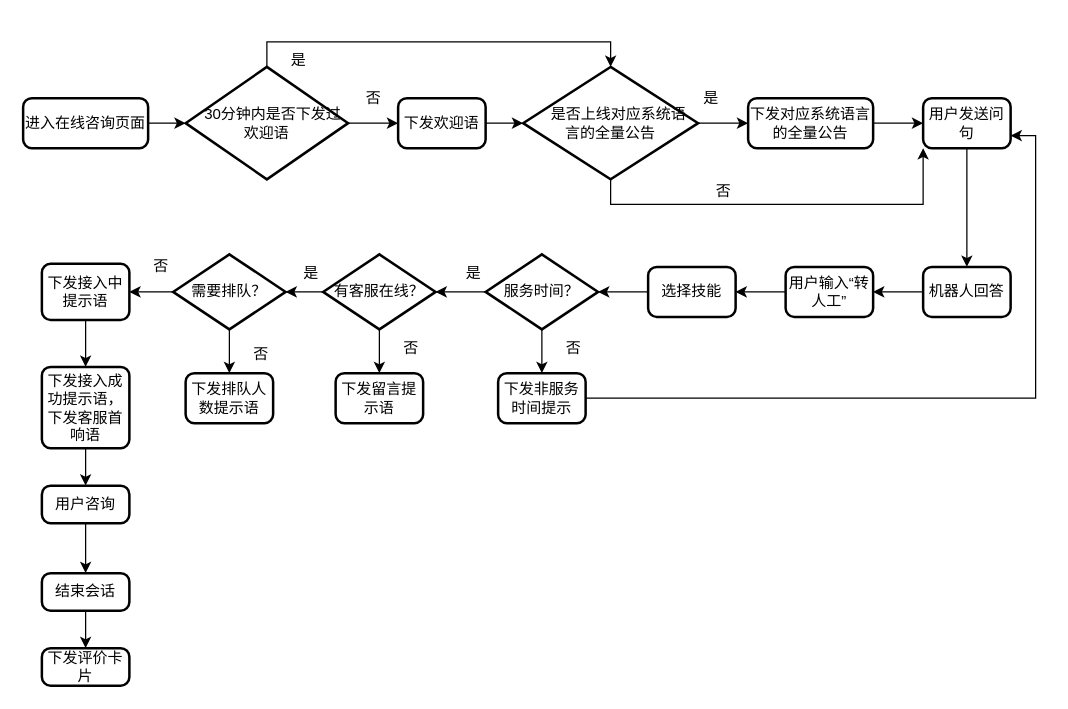
Above: 在线咨询.drawio in jokerbay/images (draw.io), before the change. Source tidied: cells renumbered, new cells numbered last; positions are measured from the earlier drawing's top-left corner, leaving out a move shared by most shapes. Both pictures are drawn from the tidied source at 125%, with x=0, y=0 at pixel (22, 41).
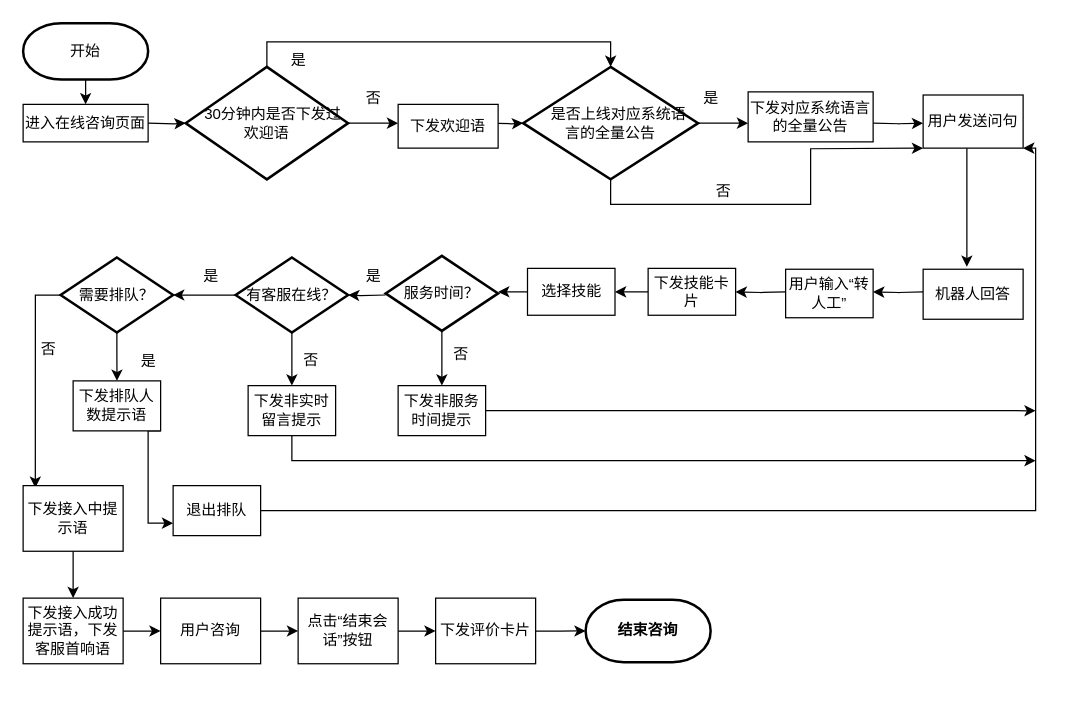
Above is the later version.

Commit message:
更新在线咨询.drawio

The change refers to these unchanged cells:
```xml
<mxCell id="8" value="&amp;nbsp; &amp;nbsp;30分钟内是否下发过欢迎语" style="strokeWidth=2;html=1;shape=mxgraph.flowchart.decision;whiteSpace=wrap;" parent="1" vertex="1">
  <mxGeometry x="130" y="20" width="130" height="90" as="geometry" />
</mxCell>
<mxCell id="11" value="&amp;nbsp; &amp;nbsp; 是否上线对应系统语&lt;br&gt;言的全量公告" style="strokeWidth=2;html=1;shape=mxgraph.flowchart.decision;whiteSpace=wrap;" parent="1" vertex="1">
  <mxGeometry x="400" y="20" width="140" height="90" as="geometry" />
</mxCell>
```

Change to the diagram source:
```diff
@@
-    <mxCell id="2" style="edgeStyle=orthogonalEdgeStyle;rounded=0;jettySize=auto;html=1;" parent="1" edge="1" source="3" target="8">
-      <mxGeometry relative="1" as="geometry" />
+    <mxCell id="2" style="edgeStyle=orthogonalEdgeStyle;rounded=0;jettySize=auto;html=1;" parent="1" edge="1" target="8">
+      <mxGeometry relative="1" as="geometry">
+        <mxPoint x="100" y="65" as="sourcePoint" />
+      </mxGeometry>
     </mxCell>
-    <mxCell id="3" value="进入在线咨询页面" style="rounded=1;whiteSpace=wrap;html=1;absoluteArcSize=1;arcSize=14;strokeWidth=2;" parent="1" vertex="1">
-      <mxGeometry y="45" width="100" height="40" as="geometry" />
-    </mxCell>
-    <mxCell id="4" style="edgeStyle=orthogonalEdgeStyle;rounded=0;jettySize=auto;html=1;" parent="1" edge="1" source="5" target="11">
-      <mxGeometry relative="1" as="geometry" />
+    <mxCell id="4" style="edgeStyle=orthogonalEdgeStyle;rounded=0;jettySize=auto;html=1;" parent="1" edge="1" target="11">
+      <mxGeometry relative="1" as="geometry">
+        <mxPoint x="370" y="65" as="sourcePoint" />
+      </mxGeometry>
     </mxCell>
-    <mxCell id="5" value="下发欢迎语" style="rounded=1;whiteSpace=wrap;html=1;absoluteArcSize=1;arcSize=14;strokeWidth=2;" parent="1" vertex="1">
-      <mxGeometry x="300" y="45" width="70" height="40" as="geometry" />
-    </mxCell>
-    <mxCell id="6" style="edgeStyle=orthogonalEdgeStyle;rounded=0;jettySize=auto;html=1;" parent="1" edge="1" source="8" target="5">
-      <mxGeometry relative="1" as="geometry" />
+    <mxCell id="6" style="edgeStyle=orthogonalEdgeStyle;rounded=0;jettySize=auto;html=1;" parent="1" edge="1" source="8">
+      <mxGeometry relative="1" as="geometry">
+        <mxPoint x="300" y="65" as="targetPoint" />
+      </mxGeometry>
     </mxCell>
@@
-    <mxCell id="9" style="edgeStyle=orthogonalEdgeStyle;rounded=0;jettySize=auto;html=1;" parent="1" edge="1" source="11" target="13">
-      <mxGeometry relative="1" as="geometry" />
+    <mxCell id="9" style="edgeStyle=orthogonalEdgeStyle;rounded=0;jettySize=auto;html=1;" parent="1" edge="1" source="11">
+      <mxGeometry relative="1" as="geometry">
+        <mxPoint x="580" y="65" as="targetPoint" />
+      </mxGeometry>
     </mxCell>
-    <mxCell id="10" style="edgeStyle=orthogonalEdgeStyle;rounded=0;jettySize=auto;html=1;exitX=0.5;exitY=1;exitDx=0;exitDy=0;exitPerimeter=0;entryX=0;entryY=1;entryDx=0;entryDy=0;" parent="1" edge="1" source="11" target="15">
-      <mxGeometry relative="1" as="geometry" />
+    <mxCell id="10" style="edgeStyle=orthogonalEdgeStyle;rounded=0;jettySize=auto;html=1;exitX=0.5;exitY=1;exitDx=0;exitDy=0;exitPerimeter=0;entryX=0;entryY=1;entryDx=0;entryDy=0;" parent="1" edge="1" source="11">
+      <mxGeometry relative="1" as="geometry">
+        <mxPoint x="720" y="85" as="targetPoint" />
+      </mxGeometry>
     </mxCell>
@@
-    <mxCell id="12" style="edgeStyle=orthogonalEdgeStyle;rounded=0;jettySize=auto;html=1;" parent="1" edge="1" source="13" target="15">
-      <mxGeometry relative="1" as="geometry" />
+    <mxCell id="12" style="edgeStyle=orthogonalEdgeStyle;rounded=0;orthogonalLoop=1;jettySize=auto;html=1;" parent="1" edge="1">
+      <mxGeometry relative="1" as="geometry">
+        <mxPoint x="680" y="65" as="sourcePoint" />
+        <mxPoint x="720" y="65" as="targetPoint" />
+      </mxGeometry>
     </mxCell>
-    <mxCell id="13" value="下发对应系统语言的全量公告" style="rounded=1;whiteSpace=wrap;html=1;absoluteArcSize=1;arcSize=14;strokeWidth=2;" parent="1" vertex="1">
-      <mxGeometry x="580" y="45" width="100" height="40" as="geometry" />
-    </mxCell>
-    <mxCell id="14" style="edgeStyle=orthogonalEdgeStyle;rounded=0;jettySize=auto;html=1;" parent="1" edge="1" source="15" target="17">
-      <mxGeometry relative="1" as="geometry" />
+    <mxCell id="14" style="edgeStyle=orthogonalEdgeStyle;rounded=0;orthogonalLoop=1;jettySize=auto;html=1;" parent="1" edge="1">
+      <mxGeometry relative="1" as="geometry">
+        <mxPoint x="755" y="85" as="sourcePoint" />
+        <mxPoint x="755" y="180" as="targetPoint" />
+      </mxGeometry>
     </mxCell>
-    <mxCell id="15" value="用户发送问句" style="rounded=1;whiteSpace=wrap;html=1;absoluteArcSize=1;arcSize=14;strokeWidth=2;" parent="1" vertex="1">
-      <mxGeometry x="720" y="45" width="70" height="40" as="geometry" />
-    </mxCell>
-    <mxCell id="16" style="edgeStyle=orthogonalEdgeStyle;rounded=0;jettySize=auto;html=1;" parent="1" edge="1" source="17" target="19">
-      <mxGeometry relative="1" as="geometry" />
+    <mxCell id="16" style="edgeStyle=orthogonalEdgeStyle;rounded=0;orthogonalLoop=1;jettySize=auto;html=1;" parent="1" edge="1">
+      <mxGeometry relative="1" as="geometry">
+        <mxPoint x="720" y="200" as="sourcePoint" />
+        <mxPoint x="680" y="200" as="targetPoint" />
+      </mxGeometry>
     </mxCell>
-    <mxCell id="17" value="机器人回答" style="rounded=1;whiteSpace=wrap;html=1;absoluteArcSize=1;arcSize=14;strokeWidth=2;" parent="1" vertex="1">
-      <mxGeometry x="720" y="180" width="70" height="40" as="geometry" />
-    </mxCell>
-    <mxCell id="18" style="edgeStyle=orthogonalEdgeStyle;rounded=0;jettySize=auto;html=1;" parent="1" edge="1" source="19" target="21">
-      <mxGeometry relative="1" as="geometry" />
+    <mxCell id="18" style="edgeStyle=orthogonalEdgeStyle;rounded=0;orthogonalLoop=1;jettySize=auto;html=1;" parent="1" edge="1">
+      <mxGeometry relative="1" as="geometry">
+        <mxPoint x="610" y="200" as="sourcePoint" />
+        <mxPoint x="570" y="200" as="targetPoint" />
+      </mxGeometry>
     </mxCell>
-    <mxCell id="19" value="用户输入“转人工”" style="rounded=1;whiteSpace=wrap;html=1;absoluteArcSize=1;arcSize=14;strokeWidth=2;" parent="1" vertex="1">
-      <mxGeometry x="610" y="180" width="70" height="40" as="geometry" />
-    </mxCell>
-    <mxCell id="20" style="edgeStyle=orthogonalEdgeStyle;rounded=0;jettySize=auto;html=1;" parent="1" edge="1" source="21" target="24">
-      <mxGeometry relative="1" as="geometry" />
-    </mxCell>
-    <mxCell id="21" value="选择技能" style="rounded=1;whiteSpace=wrap;html=1;absoluteArcSize=1;arcSize=14;strokeWidth=2;" parent="1" vertex="1">
-      <mxGeometry x="500" y="180" width="70" height="40" as="geometry" />
-    </mxCell>
-    <mxCell id="22" style="edgeStyle=orthogonalEdgeStyle;rounded=0;jettySize=auto;html=1;" parent="1" edge="1" source="24" target="27">
-      <mxGeometry relative="1" as="geometry" />
+    <mxCell id="22" style="edgeStyle=orthogonalEdgeStyle;rounded=0;jettySize=auto;html=1;" parent="1" edge="1" target="27">
+      <mxGeometry relative="1" as="geometry">
+        <mxPoint x="290" y="202.5" as="sourcePoint" />
+      </mxGeometry>
     </mxCell>
-    <mxCell id="23" style="edgeStyle=orthogonalEdgeStyle;rounded=0;jettySize=auto;html=1;" parent="1" edge="1" source="24" target="48">
+    <mxCell id="23" style="edgeStyle=orthogonalEdgeStyle;rounded=0;jettySize=auto;html=1;exitX=0.5;exitY=1;exitDx=0;exitDy=0;exitPerimeter=0;" parent="1" edge="1" source="24" target="48">
       <mxGeometry relative="1" as="geometry" />
     </mxCell>
     <mxCell id="24" value="服务时间？" style="strokeWidth=2;html=1;shape=mxgraph.flowchart.decision;whiteSpace=wrap;" parent="1" vertex="1">
-      <mxGeometry x="370" y="170" width="90" height="60" as="geometry" />
+      <mxGeometry x="290" y="171.2" width="90" height="60" as="geometry" />
     </mxCell>
-    <mxCell id="25" style="edgeStyle=orthogonalEdgeStyle;rounded=0;jettySize=auto;html=1;" parent="1" edge="1" source="27" target="28">
-      <mxGeometry relative="1" as="geometry" />
-    </mxCell>
@@
+    <mxCell id="54" style="edgeStyle=orthogonalEdgeStyle;rounded=0;jettySize=auto;html=1;" parent="1" edge="1" source="27" target="60">
+      <mxGeometry relative="1" as="geometry" />
+    </mxCell>
     <mxCell id="27" value="有客服在线？" style="strokeWidth=2;html=1;shape=mxgraph.flowchart.decision;whiteSpace=wrap;" parent="1" vertex="1">
-      <mxGeometry x="240" y="170" width="90" height="60" as="geometry" />
+      <mxGeometry x="170" y="172.5" width="90" height="60" as="geometry" />
     </mxCell>
-    <mxCell id="28" value="下发留言提示语" style="rounded=1;whiteSpace=wrap;html=1;absoluteArcSize=1;arcSize=14;strokeWidth=2;" parent="1" vertex="1">
-      <mxGeometry x="250" y="265" width="70" height="40" as="geometry" />
-    </mxCell>
-    <mxCell id="29" style="edgeStyle=orthogonalEdgeStyle;rounded=0;jettySize=auto;html=1;" parent="1" edge="1" source="31" target="34">
-      <mxGeometry relative="1" as="geometry" />
+    <mxCell id="29" style="edgeStyle=orthogonalEdgeStyle;rounded=0;jettySize=auto;html=1;" parent="1" edge="1" source="31">
+      <mxGeometry relative="1" as="geometry">
+        <mxPoint x="75.1" y="271.2" as="targetPoint" />
+      </mxGeometry>
     </mxCell>
-    <mxCell id="30" style="edgeStyle=orthogonalEdgeStyle;rounded=0;jettySize=auto;html=1;" parent="1" edge="1" source="31" target="33">
+    <mxCell id="30" style="edgeStyle=orthogonalEdgeStyle;rounded=0;jettySize=auto;html=1;exitX=0;exitY=0.5;exitDx=0;exitDy=0;exitPerimeter=0;entryX=0.122;entryY=0.034;entryDx=0;entryDy=0;entryPerimeter=0;" parent="1" edge="1" source="31" target="33">
       <mxGeometry relative="1" as="geometry" />
     </mxCell>
     <mxCell id="31" value="需要排队？" style="strokeWidth=2;html=1;shape=mxgraph.flowchart.decision;whiteSpace=wrap;" parent="1" vertex="1">
-      <mxGeometry x="120" y="170" width="90" height="60" as="geometry" />
+      <mxGeometry x="30" y="172.5" width="90" height="60" as="geometry" />
     </mxCell>
-    <mxCell id="32" style="edgeStyle=orthogonalEdgeStyle;rounded=0;jettySize=auto;html=1;" parent="1" edge="1" source="33" target="36">
-      <mxGeometry relative="1" as="geometry" />
-    </mxCell>
-    <mxCell id="33" value="下发接入中提示语" style="rounded=1;whiteSpace=wrap;html=1;absoluteArcSize=1;arcSize=14;strokeWidth=2;" parent="1" vertex="1">
-      <mxGeometry x="15" y="177.5" width="70" height="45" as="geometry" />
-    </mxCell>
-    <mxCell id="34" value="下发排队人数提示语" style="rounded=1;whiteSpace=wrap;html=1;absoluteArcSize=1;arcSize=14;strokeWidth=2;" parent="1" vertex="1">
-      <mxGeometry x="130" y="265" width="70" height="40" as="geometry" />
-    </mxCell>
-    <mxCell id="35" style="edgeStyle=orthogonalEdgeStyle;rounded=0;jettySize=auto;html=1;exitX=0.5;exitY=1;exitDx=0;exitDy=0;entryX=0.5;entryY=0;entryDx=0;entryDy=0;" parent="1" edge="1" source="36" target="38">
-      <mxGeometry relative="1" as="geometry" />
-    </mxCell>
-    <mxCell id="36" value="下发接入成功提示语，下发客服首响语" style="rounded=1;whiteSpace=wrap;html=1;absoluteArcSize=1;arcSize=14;strokeWidth=2;" parent="1" vertex="1">
-      <mxGeometry x="15" y="260" width="70" height="65" as="geometry" />
-    </mxCell>
-    <mxCell id="37" style="edgeStyle=orthogonalEdgeStyle;rounded=0;jettySize=auto;html=1;exitX=0.5;exitY=1;exitDx=0;exitDy=0;entryX=0.5;entryY=0;entryDx=0;entryDy=0;" parent="1" edge="1" source="38" target="40">
-      <mxGeometry relative="1" as="geometry" />
-    </mxCell>
-    <mxCell id="38" value="用户咨询" style="rounded=1;whiteSpace=wrap;html=1;absoluteArcSize=1;arcSize=14;strokeWidth=2;" parent="1" vertex="1">
-      <mxGeometry x="15" y="355" width="70" height="30" as="geometry" />
-    </mxCell>
-    <mxCell id="39" style="edgeStyle=orthogonalEdgeStyle;rounded=0;jettySize=auto;html=1;" parent="1" edge="1" source="40" target="41">
-      <mxGeometry relative="1" as="geometry" />
-    </mxCell>
-    <mxCell id="40" value="结束会话" style="rounded=1;whiteSpace=wrap;html=1;absoluteArcSize=1;arcSize=14;strokeWidth=2;" parent="1" vertex="1">
-      <mxGeometry x="15" y="425" width="70" height="30" as="geometry" />
-    </mxCell>
-    <mxCell id="41" value="下发评价卡片" style="rounded=1;whiteSpace=wrap;html=1;absoluteArcSize=1;arcSize=14;strokeWidth=2;" parent="1" vertex="1">
-      <mxGeometry x="15" y="485" width="70" height="30" as="geometry" />
-    </mxCell>
@@
     <mxCell id="46" value="否" style="text;html=1;align=center;verticalAlign=middle;fillColor=none;strokeColor=none;rounded=0;" parent="1" vertex="1">
-      <mxGeometry x="420" y="230" width="40" height="30" as="geometry" />
+      <mxGeometry x="330" y="235" width="40" height="30" as="geometry" />
     </mxCell>
-    <mxCell id="47" style="edgeStyle=orthogonalEdgeStyle;rounded=0;jettySize=auto;html=1;exitX=1;exitY=0.5;exitDx=0;exitDy=0;entryX=1;entryY=0.75;entryDx=0;entryDy=0;" parent="1" edge="1" source="48" target="15">
-      <mxGeometry relative="1" as="geometry" />
-    </mxCell>
-    <mxCell id="48" value="下发非服务时间提示" style="rounded=1;whiteSpace=wrap;html=1;absoluteArcSize=1;arcSize=14;strokeWidth=2;" parent="1" vertex="1">
-      <mxGeometry x="380" y="265" width="70" height="40" as="geometry" />
-    </mxCell>
     <mxCell id="49" value="是" style="text;html=1;align=center;verticalAlign=middle;fillColor=none;strokeColor=none;rounded=0;" parent="1" vertex="1">
-      <mxGeometry x="340" y="170" width="40" height="30" as="geometry" />
+      <mxGeometry x="260" y="172.5" width="40" height="30" as="geometry" />
     </mxCell>
     <mxCell id="50" value="否" style="text;html=1;align=center;verticalAlign=middle;fillColor=none;strokeColor=none;rounded=0;" parent="1" vertex="1">
-      <mxGeometry x="90" y="165" width="40" height="30" as="geometry" />
+      <mxGeometry y="231.2" width="40" height="30" as="geometry" />
     </mxCell>
     <mxCell id="51" value="是" style="text;html=1;align=center;verticalAlign=middle;fillColor=none;strokeColor=none;rounded=0;" parent="1" vertex="1">
-      <mxGeometry x="210" y="170" width="40" height="30" as="geometry" />
+      <mxGeometry x="130" y="172.5" width="40" height="30" as="geometry" />
     </mxCell>
+    <mxCell id="53" value="是" style="text;html=1;align=center;verticalAlign=middle;fillColor=none;strokeColor=none;rounded=0;" parent="1" vertex="1">
+      <mxGeometry x="80" y="241.2" width="40" height="30" as="geometry" />
+    </mxCell>
+    <mxCell id="3" value="进入在线咨询页面" style="rounded=0;whiteSpace=wrap;html=1;" parent="1" vertex="1">
+      <mxGeometry y="50" width="100" height="30" as="geometry" />
+    </mxCell>
+    <mxCell id="5" value="下发欢迎语" style="rounded=0;whiteSpace=wrap;html=1;" parent="1" vertex="1">
+      <mxGeometry x="300" y="50" width="80" height="35" as="geometry" />
+    </mxCell>
+    <mxCell id="13" value="下发对应系统语言的全量公告" style="rounded=0;whiteSpace=wrap;html=1;" parent="1" vertex="1">
+      <mxGeometry x="580" y="40" width="100" height="40" as="geometry" />
+    </mxCell>
+    <mxCell id="15" value="用户发送问句" style="rounded=0;whiteSpace=wrap;html=1;strokeWidth=1;" parent="1" vertex="1">
+      <mxGeometry x="720" y="42.5" width="80" height="42.5" as="geometry" />
+    </mxCell>
+    <mxCell id="17" value="机器人回答" style="rounded=0;whiteSpace=wrap;html=1;" parent="1" vertex="1">
+      <mxGeometry x="720" y="181.9" width="80" height="40" as="geometry" />
+    </mxCell>
+    <mxCell id="19" value="用户输入“转人工”" style="rounded=0;whiteSpace=wrap;html=1;" parent="1" vertex="1">
+      <mxGeometry x="610" y="181.9" width="70" height="38.8" as="geometry" />
+    </mxCell>
+    <mxCell id="55" style="edgeStyle=orthogonalEdgeStyle;rounded=0;jettySize=auto;html=1;exitX=0;exitY=0.5;exitDx=0;exitDy=0;" parent="1" edge="1" source="21">
+      <mxGeometry relative="1" as="geometry">
+        <mxPoint x="380" y="199.7" as="targetPoint" />
+      </mxGeometry>
+    </mxCell>
+    <mxCell id="21" value="选择技能" style="rounded=0;whiteSpace=wrap;html=1;" parent="1" vertex="1">
+      <mxGeometry x="403.5" y="181.2" width="70" height="37.5" as="geometry" />
+    </mxCell>
+    <mxCell id="56" style="edgeStyle=orthogonalEdgeStyle;rounded=0;jettySize=auto;html=1;" parent="1" edge="1" source="57" target="21">
+      <mxGeometry relative="1" as="geometry" />
+    </mxCell>
+    <mxCell id="57" value="下发技能卡片" style="rounded=0;whiteSpace=wrap;html=1;" parent="1" vertex="1">
+      <mxGeometry x="500" y="181.2" width="70" height="37.5" as="geometry" />
+    </mxCell>
+    <mxCell id="58" style="edgeStyle=orthogonalEdgeStyle;rounded=0;jettySize=auto;html=1;exitX=1;exitY=0.5;exitDx=0;exitDy=0;" parent="1" edge="1" source="48">
+      <mxGeometry relative="1" as="geometry">
+        <mxPoint x="810" y="295.1" as="targetPoint" />
+      </mxGeometry>
+    </mxCell>
+    <mxCell id="48" value="下发非服务时间提示" style="rounded=0;whiteSpace=wrap;html=1;" parent="1" vertex="1">
+      <mxGeometry x="300" y="275" width="70" height="40" as="geometry" />
+    </mxCell>
+    <mxCell id="59" style="edgeStyle=orthogonalEdgeStyle;rounded=0;jettySize=auto;html=1;exitX=0.5;exitY=1;exitDx=0;exitDy=0;" parent="1" edge="1" source="60">
+      <mxGeometry relative="1" as="geometry">
+        <mxPoint x="810" y="335" as="targetPoint" />
+        <Array as="points">
+          <mxPoint x="215" y="335" />
+          <mxPoint x="810" y="335" />
+        </Array>
+      </mxGeometry>
+    </mxCell>
+    <mxCell id="60" value="下发非实时留言提示" style="rounded=0;whiteSpace=wrap;html=1;" parent="1" vertex="1">
+      <mxGeometry x="180" y="275" width="70" height="40" as="geometry" />
+    </mxCell>
+    <mxCell id="61" style="edgeStyle=orthogonalEdgeStyle;rounded=0;jettySize=auto;html=1;exitX=1;exitY=1;exitDx=0;exitDy=0;entryX=0;entryY=0.75;entryDx=0;entryDy=0;" parent="1" edge="1" source="34" target="70">
+      <mxGeometry relative="1" as="geometry">
+        <Array as="points">
+          <mxPoint x="100" y="311" />
+          <mxPoint x="100" y="385" />
+        </Array>
+      </mxGeometry>
+    </mxCell>
+    <mxCell id="34" value="下发排队人数提示语" style="rounded=0;whiteSpace=wrap;html=1;" parent="1" vertex="1">
+      <mxGeometry x="40" y="271.2" width="70" height="40" as="geometry" />
+    </mxCell>
+    <mxCell id="32" style="edgeStyle=orthogonalEdgeStyle;rounded=0;jettySize=auto;html=1;" parent="1" edge="1" source="33" target="36">
+      <mxGeometry relative="1" as="geometry" />
+    </mxCell>
+    <mxCell id="33" value="下发接入中提示语" style="whiteSpace=wrap;html=1;strokeWidth=1;" parent="1" vertex="1">
+      <mxGeometry y="355" width="80" height="52.5" as="geometry" />
+    </mxCell>
+    <mxCell id="35" style="edgeStyle=orthogonalEdgeStyle;rounded=0;jettySize=auto;html=1;" parent="1" edge="1" source="36" target="38">
+      <mxGeometry relative="1" as="geometry" />
+    </mxCell>
+    <mxCell id="36" value="下发接入成功提示语，下发客服首响语" style="whiteSpace=wrap;html=1;strokeWidth=1;" parent="1" vertex="1">
+      <mxGeometry y="445" width="80" height="52.5" as="geometry" />
+    </mxCell>
+    <mxCell id="62" style="edgeStyle=orthogonalEdgeStyle;rounded=0;jettySize=auto;html=1;" parent="1" edge="1" source="38" target="64">
+      <mxGeometry relative="1" as="geometry" />
+    </mxCell>
+    <mxCell id="38" value="用户咨询" style="whiteSpace=wrap;html=1;strokeWidth=1;" parent="1" vertex="1">
+      <mxGeometry x="110" y="445" width="80" height="52.5" as="geometry" />
+    </mxCell>
+    <mxCell id="63" style="edgeStyle=orthogonalEdgeStyle;rounded=0;jettySize=auto;html=1;" parent="1" edge="1" source="64" target="41">
+      <mxGeometry relative="1" as="geometry" />
+    </mxCell>
+    <mxCell id="64" value="点击“结束会话”按钮" style="whiteSpace=wrap;html=1;strokeWidth=1;" parent="1" vertex="1">
+      <mxGeometry x="220" y="445" width="80" height="52.5" as="geometry" />
+    </mxCell>
+    <mxCell id="65" style="edgeStyle=orthogonalEdgeStyle;rounded=0;jettySize=auto;html=1;" parent="1" edge="1" source="41" target="66">
+      <mxGeometry relative="1" as="geometry" />
+    </mxCell>
+    <mxCell id="41" value="下发评价卡片" style="whiteSpace=wrap;html=1;strokeWidth=1;" parent="1" vertex="1">
+      <mxGeometry x="330" y="445" width="80" height="52.5" as="geometry" />
+    </mxCell>
+    <mxCell id="66" value="结束咨询" style="strokeWidth=2;html=1;shape=mxgraph.flowchart.terminator;whiteSpace=wrap;fontStyle=1;" parent="1" vertex="1">
+      <mxGeometry x="450" y="446.2" width="100" height="50" as="geometry" />
+    </mxCell>
+    <mxCell id="67" style="edgeStyle=orthogonalEdgeStyle;rounded=0;jettySize=auto;html=1;exitX=0.5;exitY=1;exitDx=0;exitDy=0;exitPerimeter=0;entryX=0.5;entryY=0;entryDx=0;entryDy=0;" parent="1" edge="1" source="68" target="3">
+      <mxGeometry relative="1" as="geometry" />
+    </mxCell>
+    <mxCell id="68" value="开始" style="strokeWidth=2;html=1;shape=mxgraph.flowchart.terminator;whiteSpace=wrap;" parent="1" vertex="1">
+      <mxGeometry y="-15" width="100" height="45" as="geometry" />
+    </mxCell>
+    <mxCell id="69" style="edgeStyle=orthogonalEdgeStyle;rounded=0;jettySize=auto;html=1;exitX=1;exitY=0.5;exitDx=0;exitDy=0;entryX=1;entryY=1;entryDx=0;entryDy=0;" parent="1" edge="1" source="70" target="15">
+      <mxGeometry relative="1" as="geometry">
+        <Array as="points">
+          <mxPoint x="810" y="375" />
+          <mxPoint x="810" y="85" />
+        </Array>
+      </mxGeometry>
+    </mxCell>
+    <mxCell id="70" value="退出排队" style="rounded=0;whiteSpace=wrap;html=1;" parent="1" vertex="1">
+      <mxGeometry x="120" y="355" width="70" height="40" as="geometry" />
+    </mxCell>
-    <mxCell id="52" value="否" style="text;html=1;align=center;verticalAlign=middle;fillColor=none;strokeColor=none;rounded=0;" parent="1" vertex="1">
-      <mxGeometry x="290" y="230" width="40" height="30" as="geometry" />
+    <mxCell id="52" value="否" style="text;html=1;align=center;verticalAlign=middle;strokeColor=none;fillColor=none;" parent="1" vertex="1">
+      <mxGeometry x="210" y="240" width="40" height="30" as="geometry" />
     </mxCell>
-    <mxCell id="53" value="否" style="text;html=1;align=center;verticalAlign=middle;fillColor=none;strokeColor=none;rounded=0;" parent="1" vertex="1">
-      <mxGeometry x="170" y="235" width="40" height="30" as="geometry" />
-    </mxCell>
```
